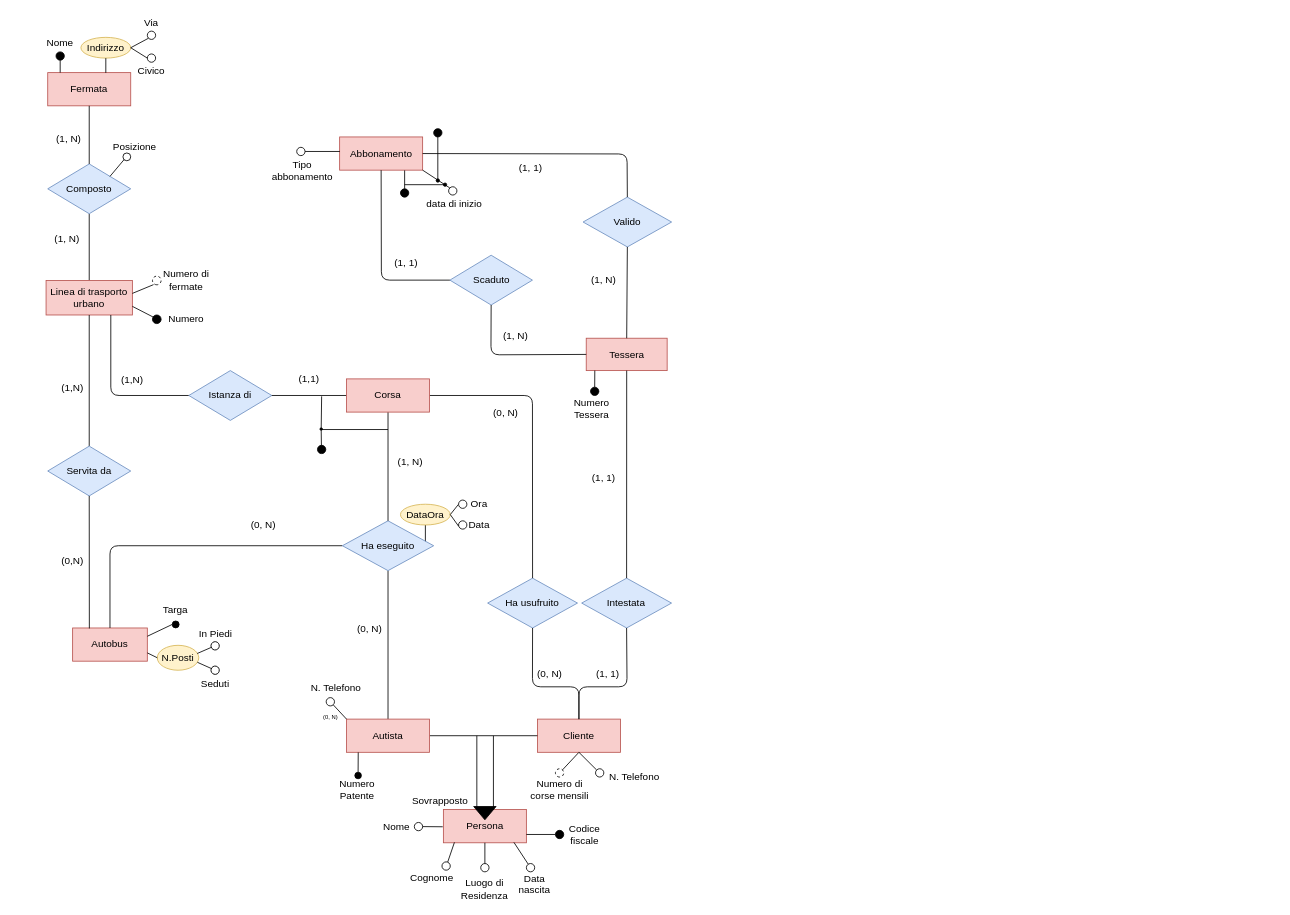
Earlier version of the draw.io diagram er/First_ER.drawio (AlessandroZanatta/DatabaseProject). Source tidied: cells renumbered, new cells numbered last; positions are measured from the earlier drawing's top-left corner, leaving out a move shared by most shapes. Both pictures are drawn from the tidied source at 83%, with x=0, y=0 at pixel (14, 14).
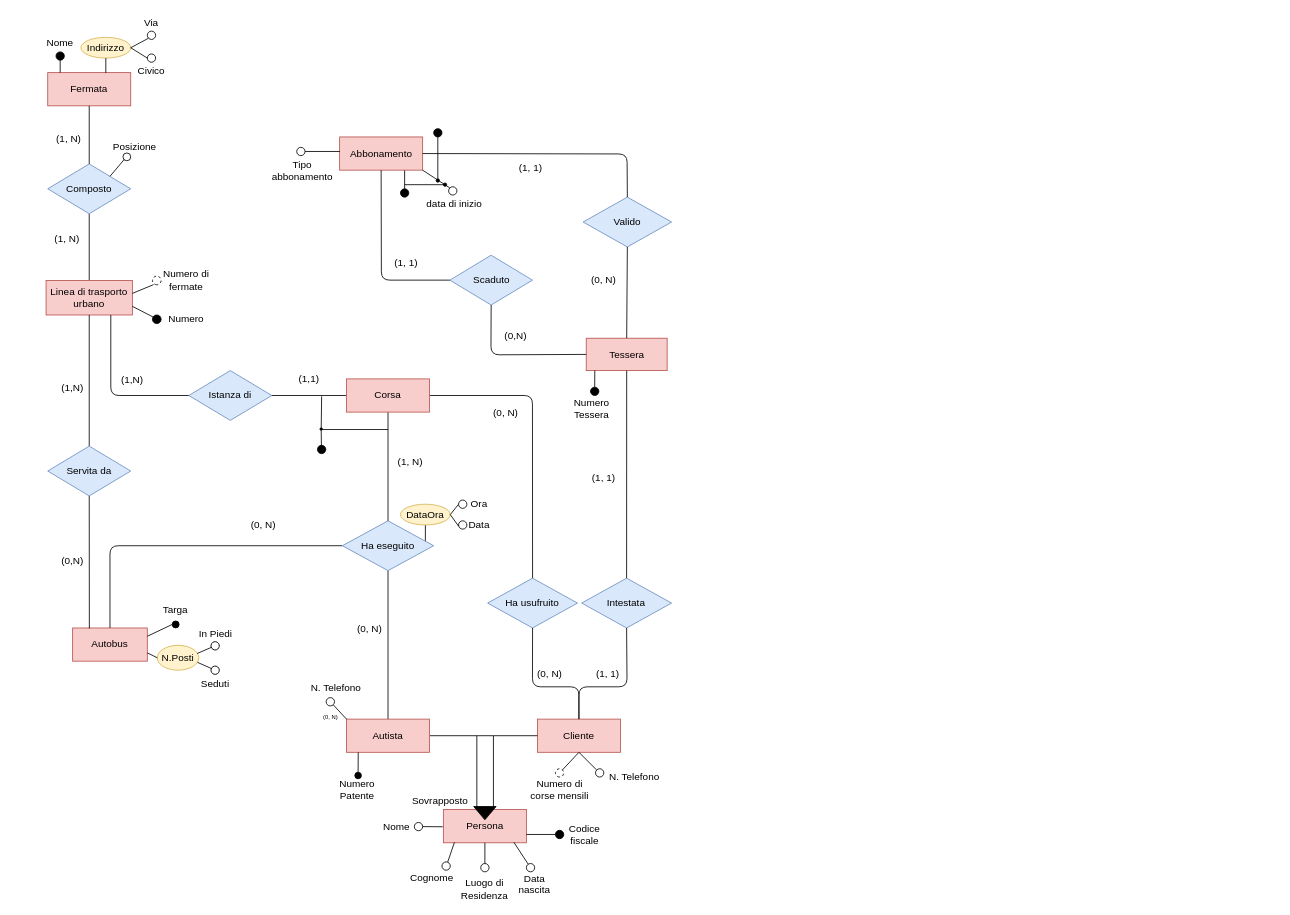
The same page after the edit.

What changed in the source:
```diff
@@
-    <mxCell id="75" value="(1, N)" style="text;html=1;strokeColor=none;fillColor=none;align=center;verticalAlign=middle;whiteSpace=wrap;" parent="1" vertex="1">
+    <mxCell id="75" value="(0, N)" style="text;html=1;strokeColor=none;fillColor=none;align=center;verticalAlign=middle;whiteSpace=wrap;" parent="1" vertex="1">
       <mxGeometry x="690" y="310" width="40" height="20" as="geometry" />
     </mxCell>
@@
-    <mxCell id="152" value="(1, N)" style="text;html=1;strokeColor=none;fillColor=none;align=center;verticalAlign=middle;whiteSpace=wrap;" parent="1" vertex="1">
+    <mxCell id="152" value="(0,N)" style="text;html=1;strokeColor=none;fillColor=none;align=center;verticalAlign=middle;whiteSpace=wrap;" parent="1" vertex="1">
       <mxGeometry x="584" y="377.6" width="40" height="20" as="geometry" />
     </mxCell>
```
